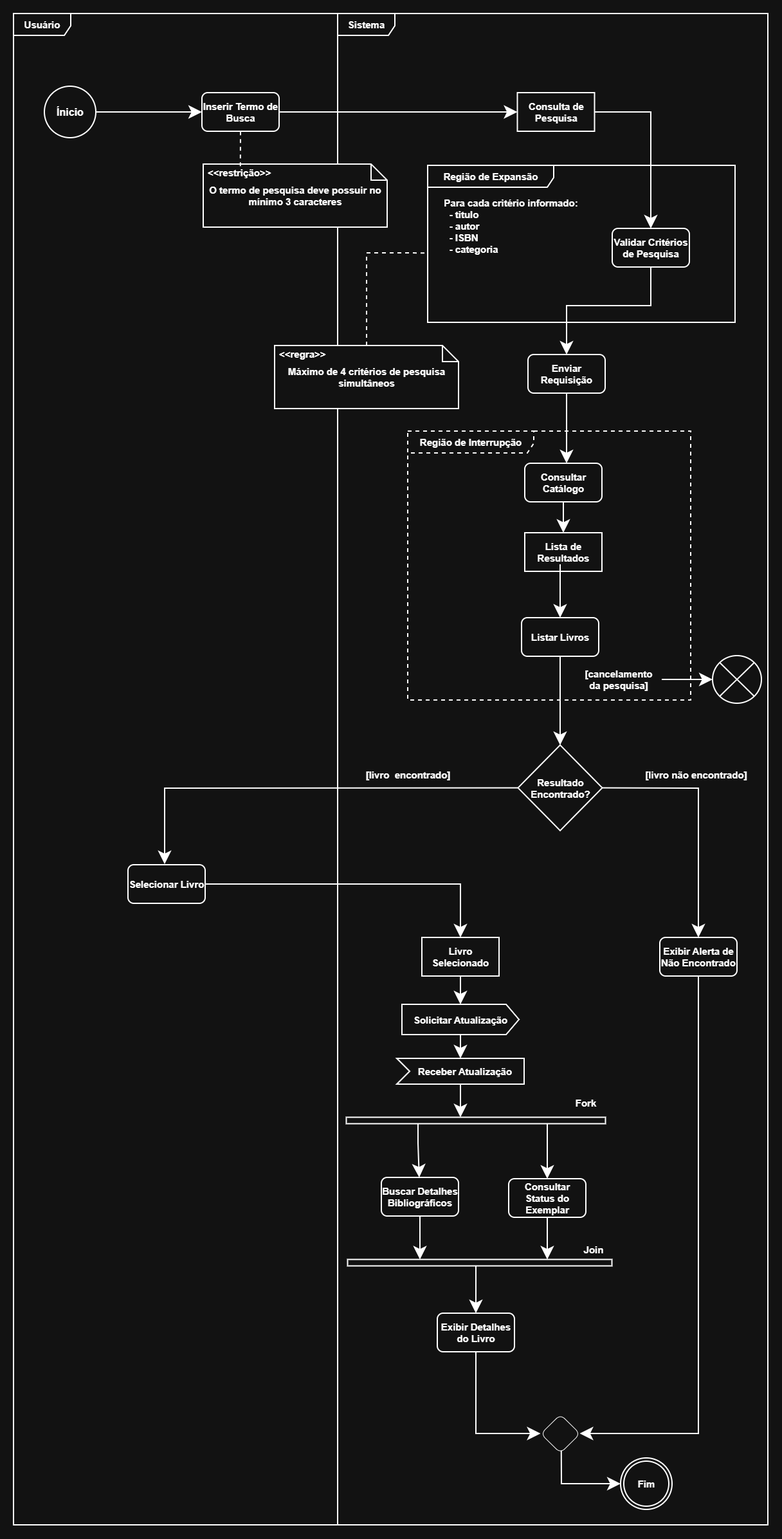
AndersonDutra7/Projetos-WEB keeps this draw.io diagram as imagensWeb/modelagem/model06J2.png. Above is the earlier version. Source tidied: cells renumbered, new cells last; positions are measured from the earlier drawing's top-left corner, leaving out a move shared by most shapes.
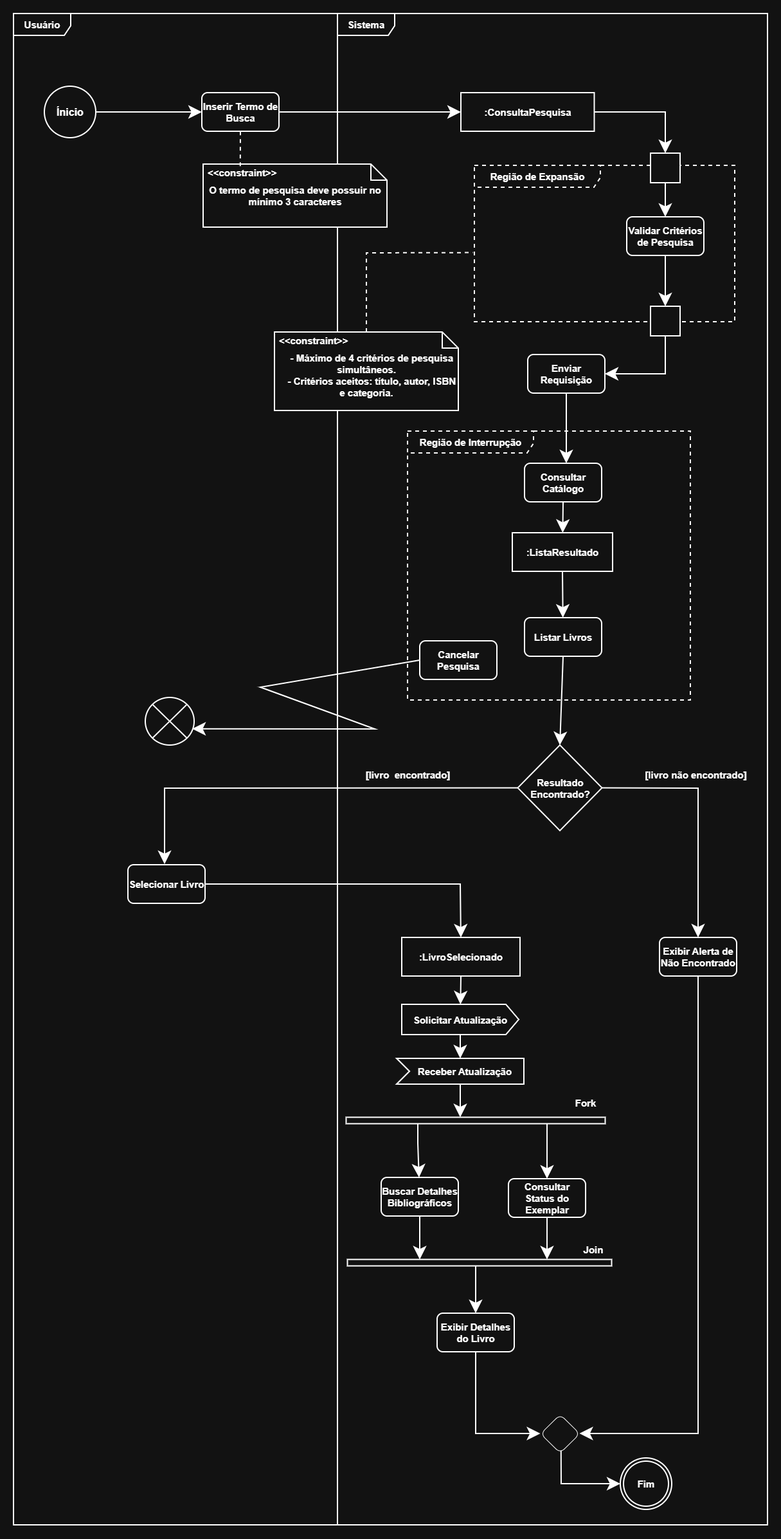
Later version of the same file.

Commit message:
Editando AUla 06

Diff of the diagram source:
```diff
@@ -125,33 +125,34 @@
     <mxCell id="32" value="&lt;font style=&quot;font-size: 15px;&quot;&gt;&lt;b&gt;[livro&amp;nbsp; encontrado]&lt;/b&gt;&lt;/font&gt;" style="text;html=1;whiteSpace=wrap;strokeColor=none;fillColor=none;align=center;verticalAlign=middle;rounded=0;labelBackgroundColor=none;" parent="1" vertex="1">
       <mxGeometry x="527" y="1168" width="172.5" height="30" as="geometry" />
     </mxCell>
-    <mxCell id="33" value="&lt;b&gt;&lt;font style=&quot;font-size: 15px;&quot;&gt;Consulta de Pesquisa&lt;/font&gt;&lt;/b&gt;" style="rounded=0;whiteSpace=wrap;html=1;strokeWidth=2;labelBackgroundColor=none;" parent="1" vertex="1">
-      <mxGeometry x="783.5" y="123" width="120" height="60" as="geometry" />
+    <mxCell id="33" value="&lt;b&gt;&lt;font style=&quot;font-size: 15px;&quot;&gt;:ConsultaPesquisa&lt;/font&gt;&lt;/b&gt;" style="rounded=0;whiteSpace=wrap;html=1;strokeWidth=2;labelBackgroundColor=none;" parent="1" vertex="1">
+      <mxGeometry x="696" y="123" width="207.5" height="60" as="geometry" />
     </mxCell>
-    <mxCell id="34" value="&lt;b&gt;&lt;font style=&quot;font-size: 15px;&quot;&gt;Região de Expansão&lt;/font&gt;&lt;/b&gt;" style="shape=umlFrame;whiteSpace=wrap;html=1;width=196;strokeWidth=2;height=34;" parent="1" vertex="1">
-      <mxGeometry x="644" y="236" width="478" height="244" as="geometry" />
+    <mxCell id="34" value="&lt;b&gt;&lt;font style=&quot;font-size: 15px;&quot;&gt;Região de Expansão&lt;/font&gt;&lt;/b&gt;" style="shape=umlFrame;whiteSpace=wrap;html=1;width=196;strokeWidth=2;height=34;dashed=1;" parent="1" vertex="1">
+      <mxGeometry x="717" y="236" width="405" height="243" as="geometry" />
     </mxCell>
-    <mxCell id="35" value="&lt;b&gt;&lt;font style=&quot;font-size: 15px;&quot;&gt;Para cada critério informado:&lt;br&gt;&lt;/font&gt;&lt;/b&gt;&lt;div style=&quot;text-align: left;&quot;&gt;&lt;b&gt;&lt;font style=&quot;font-size: 15px;&quot;&gt;&amp;nbsp; - titulo&lt;br&gt;&lt;/font&gt;&lt;/b&gt;&lt;/div&gt;&lt;div style=&quot;text-align: left;&quot;&gt;&lt;b&gt;&lt;font style=&quot;font-size: 15px;&quot;&gt;&amp;nbsp; - autor&lt;/font&gt;&lt;/b&gt;&lt;/div&gt;&lt;div style=&quot;text-align: left;&quot;&gt;&lt;b&gt;&lt;font style=&quot;font-size: 15px;&quot;&gt;&amp;nbsp; - ISBN&lt;/font&gt;&lt;/b&gt;&lt;/div&gt;&lt;div&gt;&lt;div style=&quot;text-align: left;&quot;&gt;&lt;span style=&quot;background-color: transparent; color: light-dark(rgb(0, 0, 0), rgb(255, 255, 255));&quot;&gt;&lt;b&gt;&lt;font style=&quot;font-size: 15px;&quot;&gt;&amp;nbsp; - categoria&lt;br&gt;&lt;/font&gt;&lt;/b&gt;&lt;/span&gt;&lt;/div&gt;&lt;/div&gt;" style="text;html=1;whiteSpace=wrap;strokeColor=none;fillColor=none;align=center;verticalAlign=middle;rounded=0;" parent="34" vertex="1">
-      <mxGeometry x="-13" y="49" width="285" height="89" as="geometry" />
-    </mxCell>
     <mxCell id="36" value="&lt;b&gt;&lt;font style=&quot;font-size: 15px;&quot;&gt;Validar Critérios de Pesquisa&lt;/font&gt;&lt;/b&gt;" style="rounded=1;whiteSpace=wrap;html=1;strokeWidth=2;labelBackgroundColor=none;" parent="34" vertex="1">
-      <mxGeometry x="287" y="98" width="120" height="60" as="geometry" />
+      <mxGeometry x="237" y="80" width="120" height="60" as="geometry" />
     </mxCell>
+    <mxCell id="63" style="rounded=0;whiteSpace=wrap;html=1;strokeWidth=2;" parent="34" vertex="1">
+      <mxGeometry x="274" y="-19" width="46" height="46" as="geometry" />
+    </mxCell>
+    <mxCell id="64" style="endArrow=classic;html=1;rounded=0;endSize=15;strokeWidth=2;labelBackgroundColor=none;fontColor=default;exitX=0.5;exitY=1;exitDx=0;exitDy=0;entryX=0.5;entryY=0;entryDx=0;entryDy=0;" parent="34" edge="1" source="63" target="36">
+      <mxGeometry relative="1" as="geometry" />
+    </mxCell>
+    <mxCell id="65" style="rounded=0;whiteSpace=wrap;html=1;strokeWidth=2;" parent="34" vertex="1">
+      <mxGeometry x="274" y="219" width="46" height="46" as="geometry" />
+    </mxCell>
+    <mxCell id="66" style="endArrow=classic;html=1;rounded=0;endSize=15;strokeWidth=2;labelBackgroundColor=none;fontColor=default;exitX=0.5;exitY=1;exitDx=0;exitDy=0;entryX=0.5;entryY=0;entryDx=0;entryDy=0;" parent="34" edge="1" source="36" target="65">
+      <mxGeometry relative="1" as="geometry" />
+    </mxCell>
-    <mxCell id="37" style="endArrow=classic;html=1;rounded=0;endSize=15;strokeWidth=2;labelBackgroundColor=none;fontColor=default;exitX=1;exitY=0.5;exitDx=0;exitDy=0;entryX=0.5;entryY=0;entryDx=0;entryDy=0;" parent="1" edge="1" source="33" target="36">
+    <mxCell id="37" style="endArrow=classic;html=1;rounded=0;endSize=15;strokeWidth=2;labelBackgroundColor=none;fontColor=default;exitX=1;exitY=0.5;exitDx=0;exitDy=0;entryX=0.5;entryY=0;entryDx=0;entryDy=0;" parent="1" edge="1" source="33" target="63">
       <mxGeometry relative="1" as="geometry">
         <Array as="points">
-          <mxPoint x="991" y="153" />
+          <mxPoint x="1014" y="153" />
         </Array>
       </mxGeometry>
     </mxCell>
-    <mxCell id="38" style="endArrow=classic;html=1;rounded=0;endSize=15;strokeWidth=2;labelBackgroundColor=none;fontColor=default;exitX=0.5;exitY=1;exitDx=0;exitDy=0;entryX=0.5;entryY=0;entryDx=0;entryDy=0;" parent="1" edge="1" source="36" target="59">
-      <mxGeometry relative="1" as="geometry">
-        <Array as="points">
-          <mxPoint x="991" y="454" />
-          <mxPoint x="860" y="454" />
-        </Array>
-      </mxGeometry>
-    </mxCell>
     <mxCell id="39" value="&lt;b&gt;&lt;font style=&quot;font-size: 15px;&quot;&gt;Região de Interrupção&lt;/font&gt;&lt;/b&gt;" style="shape=umlFrame;whiteSpace=wrap;html=1;width=196;strokeWidth=2;height=34;dashed=1;" parent="1" vertex="1">
       <mxGeometry x="613" y="649" width="440" height="418" as="geometry" />
     </mxCell>
@@ -159,52 +160,47 @@
       <mxGeometry x="182" y="50" width="120" height="60" as="geometry" />
     </mxCell>
     <mxCell id="41" value="&lt;b&gt;&lt;font style=&quot;font-size: 15px;&quot;&gt;Listar Livros&lt;/font&gt;&lt;/b&gt;" style="rounded=1;whiteSpace=wrap;html=1;strokeWidth=2;labelBackgroundColor=none;" parent="39" vertex="1">
-      <mxGeometry x="177" y="290" width="120" height="60" as="geometry" />
+      <mxGeometry x="182" y="290" width="120" height="60" as="geometry" />
     </mxCell>
-    <mxCell id="42" value="&lt;font style=&quot;font-size: 15px;&quot;&gt;&lt;b&gt;[cancelamento &lt;br&gt;da pesquisa]&lt;/b&gt;&lt;/font&gt;" style="text;html=1;whiteSpace=wrap;strokeColor=none;fillColor=none;align=center;verticalAlign=middle;rounded=0;labelBackgroundColor=none;" parent="39" vertex="1">
-      <mxGeometry x="261" y="371" width="134" height="30" as="geometry" />
-    </mxCell>
-    <mxCell id="43" value="&lt;b&gt;&lt;font style=&quot;font-size: 15px;&quot;&gt;Lista de Resultados&lt;/font&gt;&lt;/b&gt;" style="rounded=0;whiteSpace=wrap;html=1;strokeWidth=2;labelBackgroundColor=none;" parent="39" vertex="1">
-      <mxGeometry x="182" y="158" width="120" height="60" as="geometry" />
+    <mxCell id="43" value="&lt;b&gt;&lt;font style=&quot;font-size: 15px;&quot;&gt;:ListaResultado&lt;/font&gt;&lt;/b&gt;" style="rounded=0;whiteSpace=wrap;html=1;strokeWidth=2;labelBackgroundColor=none;" parent="39" vertex="1">
+      <mxGeometry x="163" y="158" width="156" height="60" as="geometry" />
     </mxCell>
     <mxCell id="44" style="endArrow=classic;html=1;rounded=0;endSize=15;strokeWidth=2;labelBackgroundColor=none;fontColor=default;exitX=0.5;exitY=1;exitDx=0;exitDy=0;" parent="39" edge="1" source="40" target="43">
       <mxGeometry relative="1" as="geometry" />
     </mxCell>
+    <mxCell id="67" value="&lt;b&gt;&lt;font style=&quot;font-size: 15px;&quot;&gt;Cancelar Pesquisa&lt;/font&gt;&lt;/b&gt;" style="rounded=1;whiteSpace=wrap;html=1;strokeWidth=2;labelBackgroundColor=none;" parent="39" vertex="1">
+      <mxGeometry x="19" y="326" width="120" height="60" as="geometry" />
+    </mxCell>
+    <mxCell id="46" style="endArrow=classic;html=1;rounded=0;endSize=15;strokeWidth=2;labelBackgroundColor=none;fontColor=default;exitX=0.5;exitY=1;exitDx=0;exitDy=0;" parent="39" edge="1" source="43" target="41">
+      <mxGeometry relative="1" as="geometry" />
+    </mxCell>
     <mxCell id="45" style="endArrow=classic;html=1;rounded=0;endSize=15;strokeWidth=2;labelBackgroundColor=none;fontColor=default;" parent="1" edge="1" source="59">
       <mxGeometry relative="1" as="geometry">
         <mxPoint x="860" y="699" as="targetPoint" />
       </mxGeometry>
     </mxCell>
-    <mxCell id="46" style="endArrow=classic;html=1;rounded=0;endSize=15;strokeWidth=2;labelBackgroundColor=none;fontColor=default;" parent="1" edge="1" target="41">
-      <mxGeometry relative="1" as="geometry">
-        <mxPoint x="850" y="856" as="sourcePoint" />
-      </mxGeometry>
-    </mxCell>
     <mxCell id="47" style="shape=sumEllipse;perimeter=ellipsePerimeter;html=1;backgroundOutline=1;strokeWidth=2;" parent="1" vertex="1">
-      <mxGeometry x="1087" y="998" width="76" height="74" as="geometry" />
+      <mxGeometry x="205" y="1063" width="76" height="74" as="geometry" />
     </mxCell>
-    <mxCell id="48" style="endArrow=classic;html=1;rounded=0;endSize=15;strokeWidth=2;labelBackgroundColor=none;fontColor=default;exitX=1;exitY=0.5;exitDx=0;exitDy=0;" parent="1" edge="1" source="42" target="47">
-      <mxGeometry relative="1" as="geometry" />
-    </mxCell>
     <mxCell id="49" style="endArrow=classic;html=1;rounded=0;endSize=15;strokeWidth=2;labelBackgroundColor=none;fontColor=default;exitX=0.5;exitY=1;exitDx=0;exitDy=0;entryX=0.5;entryY=0;entryDx=0;entryDy=0;" parent="1" edge="1" source="41" target="4">
       <mxGeometry relative="1" as="geometry" />
     </mxCell>
-    <mxCell id="50" value="&lt;b&gt;&lt;font style=&quot;font-size: 15px;&quot;&gt;Livro Selecionado&lt;/font&gt;&lt;/b&gt;" style="rounded=0;whiteSpace=wrap;html=1;strokeWidth=2;labelBackgroundColor=none;" parent="1" vertex="1">
-      <mxGeometry x="635" y="1436" width="120" height="60" as="geometry" />
+    <mxCell id="50" value="&lt;b&gt;&lt;font style=&quot;font-size: 15px;&quot;&gt;:LivroSelecionado&lt;/font&gt;&lt;/b&gt;" style="rounded=0;whiteSpace=wrap;html=1;strokeWidth=2;labelBackgroundColor=none;" parent="1" vertex="1">
+      <mxGeometry x="604" y="1436" width="184" height="60" as="geometry" />
     </mxCell>
     <mxCell id="51" style="endArrow=classic;html=1;rounded=0;endSize=15;strokeWidth=2;labelBackgroundColor=none;fontColor=default;exitX=0.5;exitY=1;exitDx=0;exitDy=0;" parent="1" edge="1" source="50" target="61">
       <mxGeometry relative="1" as="geometry" />
     </mxCell>
-    <mxCell id="52" value="&lt;b&gt;&lt;font style=&quot;font-size: 15px;&quot;&gt;Máximo de 4 critérios de pesquisa simultâneos&lt;/font&gt;&lt;/b&gt;" style="shape=note2;boundedLbl=1;whiteSpace=wrap;html=1;size=25;verticalAlign=top;align=center;strokeWidth=2;" parent="1" vertex="1">
-      <mxGeometry x="406" y="516" width="286" height="98" as="geometry" />
+    <mxCell id="52" value="&lt;span style=&quot;background-color: transparent; color: light-dark(rgb(0, 0, 0), rgb(255, 255, 255));&quot;&gt;&lt;font style=&quot;font-size: 15px;&quot;&gt;&lt;b&gt;&amp;nbsp; &amp;nbsp; - Máximo de 4 critérios de pesquisa simultâneos.&lt;/b&gt;&lt;/font&gt;&lt;/span&gt;&lt;b&gt;&lt;br&gt;&lt;span style=&quot;background-color: transparent; color: light-dark(rgb(0, 0, 0), rgb(255, 255, 255));&quot;&gt;&lt;font style=&quot;font-size: 15px;&quot;&gt;&amp;nbsp; &amp;nbsp; - Critérios aceitos: título, autor, ISBN e categoria.&lt;/font&gt;&lt;/span&gt;&lt;/b&gt;" style="shape=note2;boundedLbl=1;whiteSpace=wrap;html=1;size=25;verticalAlign=top;align=center;strokeWidth=2;perimeterSpacing=0;" parent="1" vertex="1">
+      <mxGeometry x="406" y="495" width="286" height="122" as="geometry" />
     </mxCell>
-    <mxCell id="53" value="&lt;&lt;regra&gt;&gt;" style="strokeColor=none;fillColor=none;align=left;spacingLeft=5;fontStyle=1;fontSize=15;" parent="52" vertex="1">
+    <mxCell id="53" value="&lt;&lt;constraint&gt;&gt;" style="strokeColor=none;fillColor=none;align=left;spacingLeft=5;fontStyle=1;fontSize=15;" parent="52" vertex="1">
       <mxGeometry width="286" height="25" relative="1" as="geometry" />
     </mxCell>
     <mxCell id="54" value="&lt;b&gt;&lt;font style=&quot;font-size: 15px;&quot;&gt;O termo de pesquisa deve possuir no mínimo 3 caracteres&lt;/font&gt;&lt;/b&gt;" style="shape=note2;boundedLbl=1;whiteSpace=wrap;html=1;size=25;verticalAlign=top;align=center;strokeWidth=2;" parent="1" vertex="1">
       <mxGeometry x="295" y="234" width="286" height="98" as="geometry" />
     </mxCell>
-    <mxCell id="55" value="&lt;&lt;restrição&gt;&gt;" style="strokeColor=none;fillColor=none;align=left;spacingLeft=5;fontStyle=1;fontSize=15;" parent="54" vertex="1">
+    <mxCell id="55" value="&lt;&lt;constraint&gt;&gt;" style="strokeColor=none;fillColor=none;align=left;spacingLeft=5;fontStyle=1;fontSize=15;" parent="54" vertex="1">
       <mxGeometry width="286" height="25" relative="1" as="geometry" />
     </mxCell>
     <mxCell id="56" style="endArrow=none;html=1;rounded=0;entryX=0.5;entryY=1;entryDx=0;entryDy=0;exitX=0.202;exitY=0.13;exitDx=0;exitDy=0;exitPerimeter=0;dashed=1;strokeWidth=2;" parent="1" edge="1" source="55" target="3">
@@ -234,5 +230,20 @@
     <mxCell id="62" value="&lt;b&gt;&lt;font style=&quot;font-size: 15px;&quot;&gt;Receber Atualização&lt;/font&gt;&lt;/b&gt;" style="html=1;shape=mxgraph.infographic.ribbonSimple;notch1=20;notch2=0;align=center;verticalAlign=middle;fontSize=14;fontStyle=0;fillColor=#FFFFFF;flipH=0;spacingRight=0;spacingLeft=14;whiteSpace=wrap;strokeWidth=2;" parent="1" vertex="1">
       <mxGeometry x="596" y="1624" width="198" height="40" as="geometry" />
     </mxCell>
+    <mxCell id="68" style="endArrow=classic;html=1;rounded=0;endSize=15;strokeWidth=2;labelBackgroundColor=none;fontColor=default;exitX=0;exitY=0.5;exitDx=0;exitDy=0;entryX=0.962;entryY=0.658;entryDx=0;entryDy=0;entryPerimeter=0;" parent="1" edge="1" source="67" target="47">
+      <mxGeometry relative="1" as="geometry">
+        <Array as="points">
+          <mxPoint x="384" y="1047" />
+          <mxPoint x="562" y="1112" />
+        </Array>
+      </mxGeometry>
+    </mxCell>
+    <mxCell id="69" style="endArrow=classic;html=1;rounded=0;endSize=15;strokeWidth=2;labelBackgroundColor=none;fontColor=default;exitX=0.5;exitY=1;exitDx=0;exitDy=0;entryX=1;entryY=0.5;entryDx=0;entryDy=0;" parent="1" edge="1" source="65" target="59">
+      <mxGeometry relative="1" as="geometry">
+        <Array as="points">
+          <mxPoint x="1014" y="560" />
+        </Array>
+      </mxGeometry>
+    </mxCell>
   </root>
 </mxGraphModel>
```
